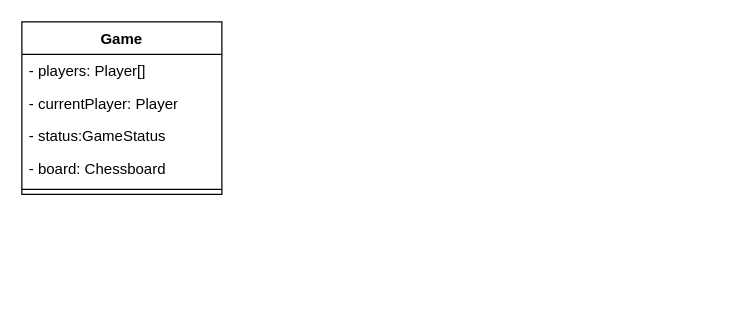
This is Chess-class-diagram.drawio from geeky-sanjay/Schema, a draw.io file, before an edit. Source tidied: cells renumbered, new cells numbered last; positions are measured from the earlier drawing's top-left corner, leaving out a move shared by most shapes. Both pictures are drawn from the tidied source at 125%, with x=0, y=0 at pixel (21, 21).
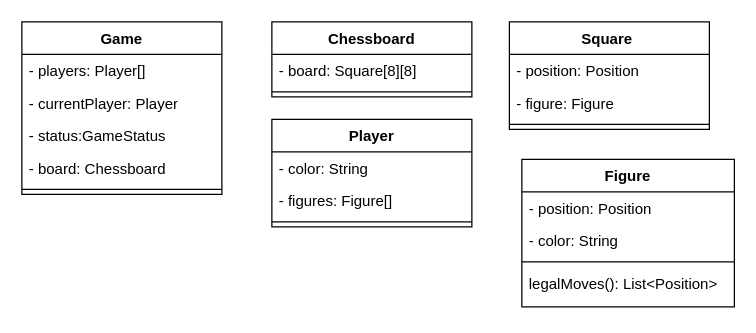
The same page after the edit.

Diff of the diagram source:
```diff
@@
+    <mxCell id="8" value="Chessboard" style="swimlane;fontStyle=1;align=center;verticalAlign=top;horizontal=1;startSize=26;whiteSpace=wrap;html=1;" parent="1" vertex="1">
+      <mxGeometry x="200" width="160" height="60" as="geometry" />
+    </mxCell>
+    <mxCell id="9" value="- board: Square[8][8]" style="text;strokeColor=none;fillColor=none;align=left;verticalAlign=top;spacingLeft=4;spacingRight=4;overflow=hidden;whiteSpace=wrap;html=1;" parent="8" vertex="1">
+      <mxGeometry y="26" width="160" height="26" as="geometry" />
+    </mxCell>
+    <mxCell id="10" style="line;strokeWidth=1;fillColor=none;align=left;verticalAlign=middle;spacingTop=-1;spacingLeft=3;spacingRight=3;labelPosition=right;strokeColor=inherit;" parent="8" vertex="1">
+      <mxGeometry y="52" width="160" height="8" as="geometry" />
+    </mxCell>
+    <mxCell id="11" value="Player" style="swimlane;fontStyle=1;align=center;verticalAlign=top;horizontal=1;startSize=26;whiteSpace=wrap;html=1;" parent="1" vertex="1">
+      <mxGeometry x="200" y="78" width="160" height="86" as="geometry" />
+    </mxCell>
+    <mxCell id="12" value="-&amp;nbsp;color: String&lt;div&gt;&lt;br/&gt;&lt;/div&gt;" style="text;strokeColor=none;fillColor=none;align=left;verticalAlign=top;spacingLeft=4;spacingRight=4;overflow=hidden;whiteSpace=wrap;html=1;" parent="11" vertex="1">
+      <mxGeometry y="26" width="160" height="26" as="geometry" />
+    </mxCell>
+    <mxCell id="13" value="&lt;div&gt;- figures: Figure[]&lt;br&gt;&lt;/div&gt;" style="text;strokeColor=none;fillColor=none;align=left;verticalAlign=top;spacingLeft=4;spacingRight=4;overflow=hidden;whiteSpace=wrap;html=1;" parent="11" vertex="1">
+      <mxGeometry y="52" width="160" height="26" as="geometry" />
+    </mxCell>
+    <mxCell id="14" style="line;strokeWidth=1;fillColor=none;align=left;verticalAlign=middle;spacingTop=-1;spacingLeft=3;spacingRight=3;labelPosition=right;strokeColor=inherit;" parent="11" vertex="1">
+      <mxGeometry y="78" width="160" height="8" as="geometry" />
+    </mxCell>
+    <mxCell id="15" value="Square&amp;nbsp;" style="swimlane;fontStyle=1;align=center;verticalAlign=top;horizontal=1;startSize=26;whiteSpace=wrap;html=1;" parent="1" vertex="1">
+      <mxGeometry x="390" width="160" height="86" as="geometry" />
+    </mxCell>
+    <mxCell id="16" value="&lt;div&gt;- position: Position&lt;br&gt;&lt;/div&gt;" style="text;strokeColor=none;fillColor=none;align=left;verticalAlign=top;spacingLeft=4;spacingRight=4;overflow=hidden;whiteSpace=wrap;html=1;" parent="15" vertex="1">
+      <mxGeometry y="26" width="160" height="26" as="geometry" />
+    </mxCell>
+    <mxCell id="17" value="&lt;div&gt;- figure: Figure&lt;br&gt;&lt;/div&gt;" style="text;strokeColor=none;fillColor=none;align=left;verticalAlign=top;spacingLeft=4;spacingRight=4;overflow=hidden;whiteSpace=wrap;html=1;" parent="15" vertex="1">
+      <mxGeometry y="52" width="160" height="26" as="geometry" />
+    </mxCell>
+    <mxCell id="18" style="line;strokeWidth=1;fillColor=none;align=left;verticalAlign=middle;spacingTop=-1;spacingLeft=3;spacingRight=3;labelPosition=right;strokeColor=inherit;" parent="15" vertex="1">
+      <mxGeometry y="78" width="160" height="8" as="geometry" />
+    </mxCell>
+    <mxCell id="19" value="Figure" style="swimlane;fontStyle=1;align=center;verticalAlign=top;horizontal=1;startSize=26;whiteSpace=wrap;html=1;" parent="1" vertex="1">
+      <mxGeometry x="400" y="110" width="170" height="118" as="geometry" />
+    </mxCell>
+    <mxCell id="20" value="&lt;div&gt;- position: Position&lt;br&gt;&lt;/div&gt;" style="text;strokeColor=none;fillColor=none;align=left;verticalAlign=top;spacingLeft=4;spacingRight=4;overflow=hidden;whiteSpace=wrap;html=1;" parent="19" vertex="1">
+      <mxGeometry y="26" width="170" height="26" as="geometry" />
+    </mxCell>
+    <mxCell id="21" value="&lt;div&gt;- color: String&lt;br&gt;&lt;/div&gt;" style="text;strokeColor=none;fillColor=none;align=left;verticalAlign=top;spacingLeft=4;spacingRight=4;overflow=hidden;whiteSpace=wrap;html=1;" parent="19" vertex="1">
+      <mxGeometry y="52" width="170" height="26" as="geometry" />
+    </mxCell>
+    <mxCell id="22" style="line;strokeWidth=1;fillColor=none;align=left;verticalAlign=middle;spacingTop=-1;spacingLeft=3;spacingRight=3;labelPosition=right;strokeColor=inherit;" parent="19" vertex="1">
+      <mxGeometry y="78" width="170" height="8" as="geometry" />
+    </mxCell>
+    <mxCell id="23" value="&lt;div&gt;legalMoves(): List&amp;lt;Position&amp;gt;&lt;br&gt;&lt;/div&gt;" style="text;strokeColor=none;fillColor=none;align=left;verticalAlign=top;spacingLeft=4;spacingRight=4;overflow=hidden;whiteSpace=wrap;html=1;" parent="19" vertex="1">
+      <mxGeometry y="86" width="170" height="32" as="geometry" />
+    </mxCell>
```
